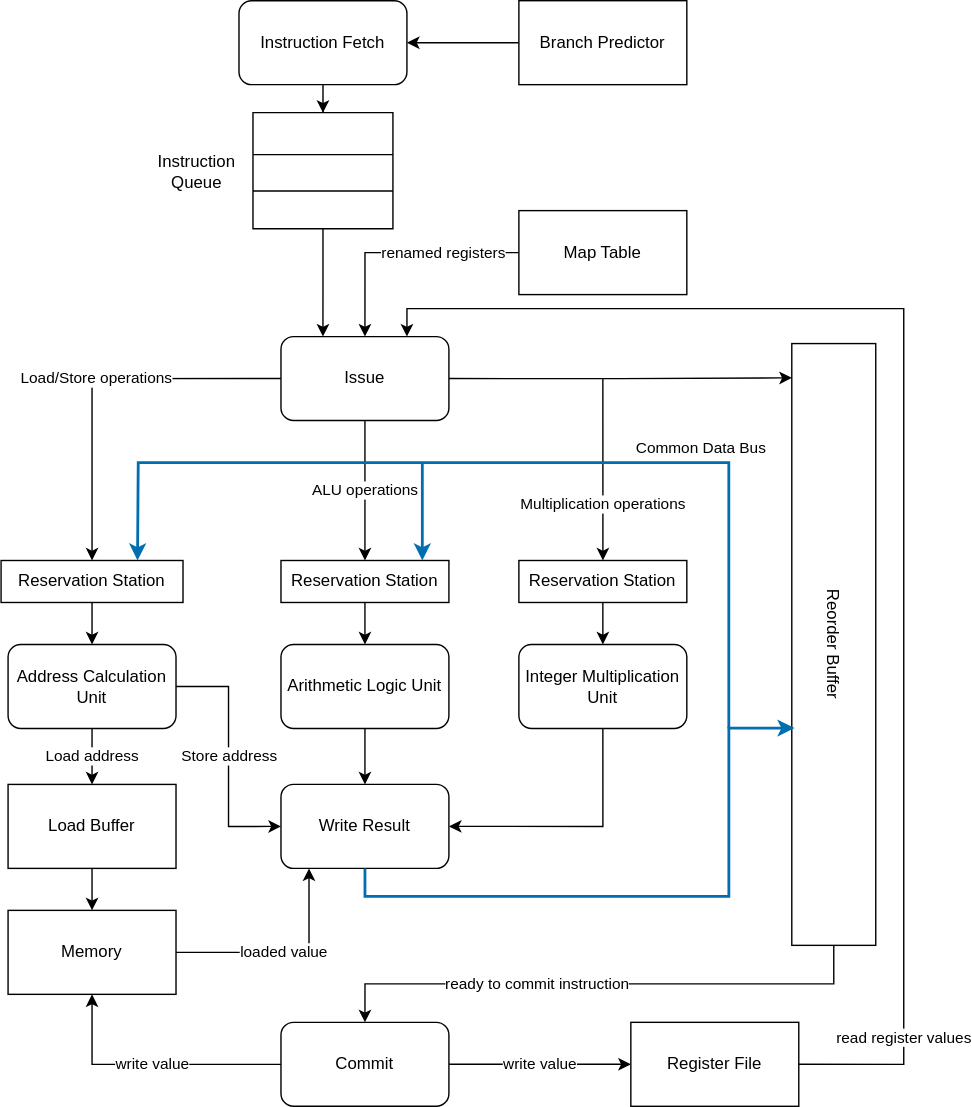
Above: docs/highlevel_arch.drawio.svg in yaene/VeriSimpleO3 (draw.io), before the change. Source tidied: cells renumbered, new cells last; positions are measured from the earlier drawing's top-left corner, leaving out a move shared by most shapes.
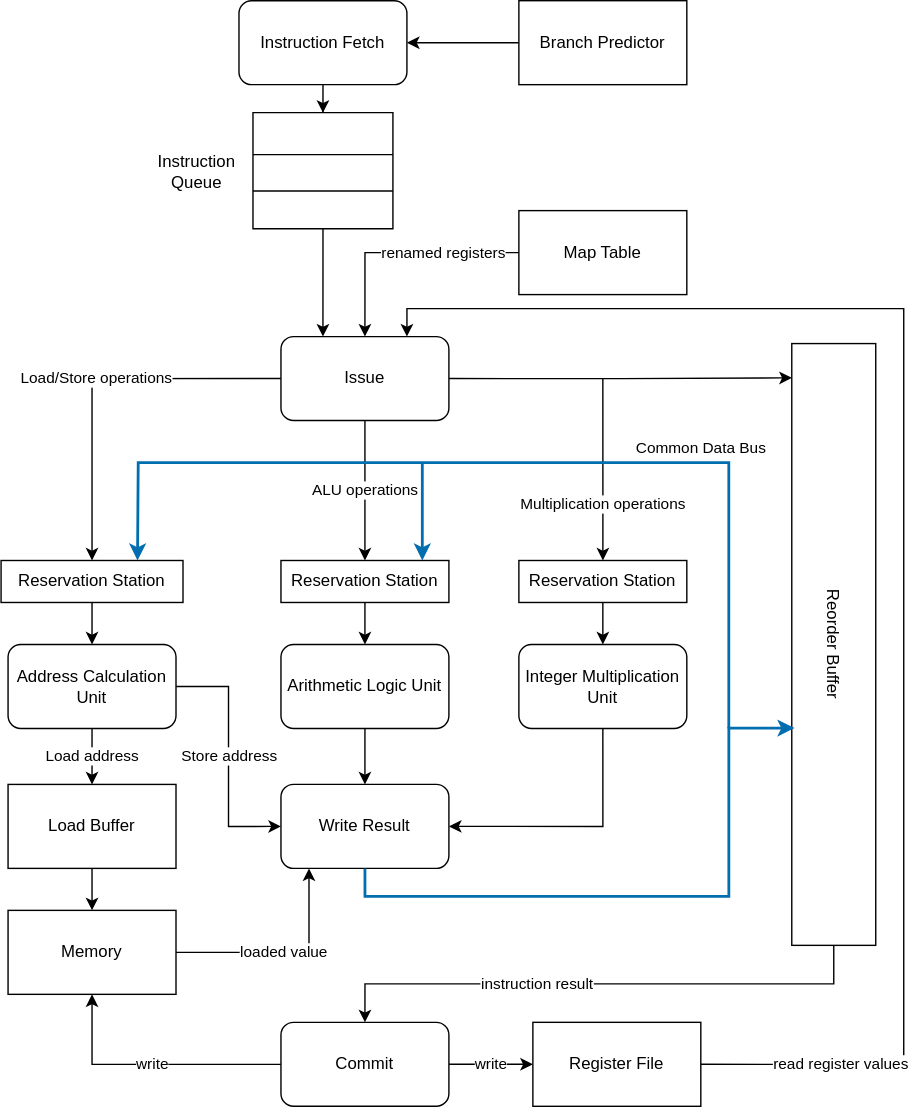
The same file after the commit.

The edit, as a diff of the source:
```diff
@@ -22,7 +22,7 @@
     <mxCell id="6" value="Arithmetic Logic Unit" style="whiteSpace=wrap;html=1;rounded=1;" parent="1" vertex="1">
       <mxGeometry x="200" y="460" width="120" height="60" as="geometry" />
     </mxCell>
-    <mxCell id="7" value="ready to commit instruction" style="edgeStyle=orthogonalEdgeStyle;rounded=0;jettySize=auto;html=1;exitX=1;exitY=0.5;exitDx=0;exitDy=0;entryX=0.5;entryY=0;entryDx=0;entryDy=0;noJump=0;jumpStyle=arc;" parent="1" edge="1" source="8" target="24">
+    <mxCell id="7" value="instruction result" style="edgeStyle=orthogonalEdgeStyle;rounded=0;jettySize=auto;html=1;exitX=1;exitY=0.5;exitDx=0;exitDy=0;entryX=0.5;entryY=0;entryDx=0;entryDy=0;noJump=0;jumpStyle=arc;" parent="1" edge="1" source="8" target="24">
       <mxGeometry x="0.23" relative="1" as="geometry" />
     </mxCell>
     <mxCell id="8" value="Reorder Buffer" style="rounded=0;whiteSpace=wrap;html=1;rotation=90;" parent="1" vertex="1">
@@ -67,10 +67,10 @@
     <mxCell id="21" value="Load Buffer" style="rounded=0;whiteSpace=wrap;html=1;" parent="1" vertex="1">
       <mxGeometry x="5" y="560" width="120" height="60" as="geometry" />
     </mxCell>
-    <mxCell id="22" value="write value" style="edgeStyle=orthogonalEdgeStyle;rounded=0;jettySize=auto;html=1;entryX=0.5;entryY=1;entryDx=0;entryDy=0;" parent="1" edge="1" source="24" target="25">
+    <mxCell id="22" value="write" style="edgeStyle=orthogonalEdgeStyle;rounded=0;jettySize=auto;html=1;entryX=0.5;entryY=1;entryDx=0;entryDy=0;" parent="1" edge="1" source="24" target="25">
       <mxGeometry relative="1" as="geometry" />
     </mxCell>
-    <mxCell id="23" value="write value" style="edgeStyle=orthogonalEdgeStyle;rounded=0;jettySize=auto;html=1;" parent="1" edge="1" source="24" target="27">
+    <mxCell id="23" value="write" style="edgeStyle=orthogonalEdgeStyle;rounded=0;jettySize=auto;html=1;" parent="1" edge="1" source="24" target="27">
       <mxGeometry relative="1" as="geometry" />
     </mxCell>
     <mxCell id="24" value="Commit" style="rounded=1;whiteSpace=wrap;html=1;" parent="1" vertex="1">
@@ -90,7 +90,7 @@
       </mxGeometry>
     </mxCell>
     <mxCell id="27" value="Register File" style="whiteSpace=wrap;html=1;rounded=0;" parent="1" vertex="1">
-      <mxGeometry x="450" y="730" width="120" height="60" as="geometry" />
+      <mxGeometry x="380" y="730" width="120" height="60" as="geometry" />
     </mxCell>
     <mxCell id="28" value="loaded value" style="edgeStyle=orthogonalEdgeStyle;rounded=0;jettySize=auto;html=1;" parent="1" edge="1" source="25" target="51">
       <mxGeometry relative="1" as="geometry">
```
